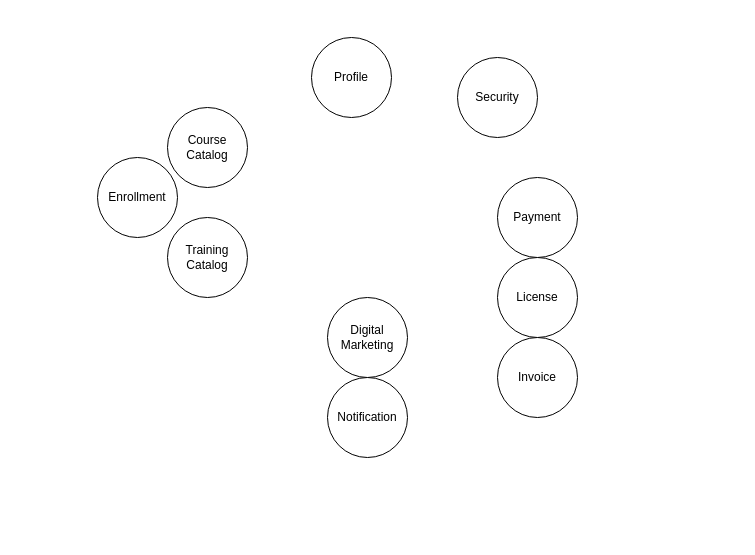
Earlier version of the draw.io diagram page "Strategic Model" (2 of 2) of BaganBari.drawio (NMTechie/BaganBari). Source tidied: cells renumbered, new cells numbered last; positions are measured from the earlier drawing's top-left corner, leaving out a move shared by most shapes. Both pictures are drawn from the tidied source at 100%, with x=0, y=0 at pixel (97, 37).
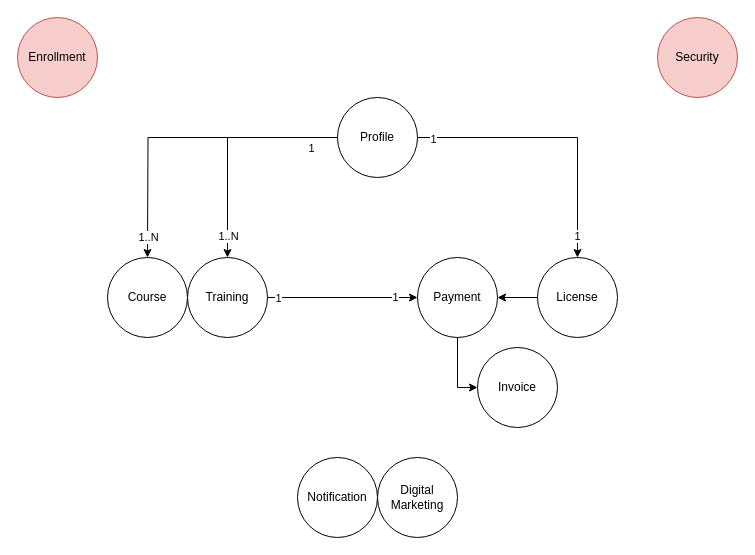
Above is the later version.

Commit message:
[Saugata|Nilesh] - Context Mapping Started

The edit, as a diff of the source:
```diff
@@
-    <mxCell id="2" value="Course Catalog" style="ellipse;whiteSpace=wrap;html=1;" parent="1" vertex="1">
-      <mxGeometry x="70" y="70" width="80" height="80" as="geometry" />
+    <mxCell id="2" value="Course" style="ellipse;whiteSpace=wrap;html=1;" parent="1" vertex="1">
+      <mxGeometry x="10" y="220" width="80" height="80" as="geometry" />
     </mxCell>
+    <mxCell id="12" style="edgeStyle=orthogonalEdgeStyle;rounded=0;jettySize=auto;html=1;entryX=0;entryY=0.5;entryDx=0;entryDy=0;" parent="1" edge="1" source="3" target="4">
+      <mxGeometry relative="1" as="geometry" />
+    </mxCell>
+    <mxCell id="13" value="1" style="edgeLabel;html=1;align=center;verticalAlign=middle;" parent="12" vertex="1">
+      <mxGeometry x="-0.75" y="-1" relative="1" as="geometry">
+        <mxPoint x="-9" y="-1" as="offset" />
+      </mxGeometry>
+    </mxCell>
+    <mxCell id="14" value="1" style="edgeLabel;html=1;align=center;verticalAlign=middle;" parent="12" vertex="1">
+      <mxGeometry x="0.69" y="1" relative="1" as="geometry" />
+    </mxCell>
-    <mxCell id="3" value="Training Catalog" style="ellipse;whiteSpace=wrap;html=1;" parent="1" vertex="1">
-      <mxGeometry x="70" y="180" width="80" height="80" as="geometry" />
+    <mxCell id="3" value="Training" style="ellipse;whiteSpace=wrap;html=1;" parent="1" vertex="1">
+      <mxGeometry x="90" y="220" width="80" height="80" as="geometry" />
     </mxCell>
+    <mxCell id="15" style="edgeStyle=orthogonalEdgeStyle;rounded=0;jettySize=auto;html=1;entryX=0;entryY=0.5;entryDx=0;entryDy=0;" parent="1" edge="1" source="4" target="6">
+      <mxGeometry relative="1" as="geometry" />
+    </mxCell>
     <mxCell id="4" value="Payment" style="ellipse;whiteSpace=wrap;html=1;" parent="1" vertex="1">
-      <mxGeometry x="400" y="140" width="80" height="80" as="geometry" />
+      <mxGeometry x="320" y="220" width="80" height="80" as="geometry" />
     </mxCell>
+    <mxCell id="16" style="edgeStyle=orthogonalEdgeStyle;rounded=0;jettySize=auto;html=1;entryX=1;entryY=0.5;entryDx=0;entryDy=0;" parent="1" edge="1" source="5" target="4">
+      <mxGeometry relative="1" as="geometry" />
+    </mxCell>
     <mxCell id="5" value="License" style="ellipse;whiteSpace=wrap;html=1;" parent="1" vertex="1">
-      <mxGeometry x="400" y="220" width="80" height="80" as="geometry" />
+      <mxGeometry x="440" y="220" width="80" height="80" as="geometry" />
     </mxCell>
     <mxCell id="6" value="Invoice" style="ellipse;whiteSpace=wrap;html=1;" parent="1" vertex="1">
-      <mxGeometry x="400" y="300" width="80" height="80" as="geometry" />
+      <mxGeometry x="380" y="310" width="80" height="80" as="geometry" />
     </mxCell>
     <mxCell id="7" value="Digital Marketing" style="ellipse;whiteSpace=wrap;html=1;" parent="1" vertex="1">
-      <mxGeometry x="230" y="260" width="80" height="80" as="geometry" />
+      <mxGeometry x="280" y="420" width="80" height="80" as="geometry" />
     </mxCell>
     <mxCell id="8" value="Notification" style="ellipse;whiteSpace=wrap;html=1;" parent="1" vertex="1">
-      <mxGeometry x="230" y="340" width="80" height="80" as="geometry" />
+      <mxGeometry x="200" y="420" width="80" height="80" as="geometry" />
     </mxCell>
-    <mxCell id="9" value="Security" style="ellipse;whiteSpace=wrap;html=1;" parent="1" vertex="1">
-      <mxGeometry x="360" y="20" width="80" height="80" as="geometry" />
+    <mxCell id="9" value="Security" style="ellipse;whiteSpace=wrap;html=1;fillColor=#f8cecc;strokeColor=#b85450;" parent="1" vertex="1">
+      <mxGeometry x="560" y="-20" width="80" height="80" as="geometry" />
     </mxCell>
+    <mxCell id="17" style="edgeStyle=orthogonalEdgeStyle;rounded=0;jettySize=auto;html=1;" parent="1" edge="1" source="10">
+      <mxGeometry relative="1" as="geometry">
+        <mxPoint x="50" y="220" as="targetPoint" />
+      </mxGeometry>
+    </mxCell>
+    <mxCell id="18" value="1" style="edgeLabel;html=1;align=center;verticalAlign=middle;" parent="17" vertex="1">
+      <mxGeometry x="-0.51" y="7" relative="1" as="geometry">
+        <mxPoint x="49" y="3" as="offset" />
+      </mxGeometry>
+    </mxCell>
+    <mxCell id="19" value="1..N" style="edgeLabel;html=1;align=center;verticalAlign=middle;" parent="17" vertex="1">
+      <mxGeometry x="0.79" y="2" relative="1" as="geometry">
+        <mxPoint x="-2" y="12" as="offset" />
+      </mxGeometry>
+    </mxCell>
+    <mxCell id="20" style="edgeStyle=orthogonalEdgeStyle;rounded=0;jettySize=auto;html=1;" parent="1" edge="1" source="10" target="3">
+      <mxGeometry relative="1" as="geometry" />
+    </mxCell>
+    <mxCell id="21" value="1..N" style="edgeLabel;html=1;align=center;verticalAlign=middle;" parent="20" vertex="1">
+      <mxGeometry x="0.81" y="-3" relative="1" as="geometry">
+        <mxPoint x="3" as="offset" />
+      </mxGeometry>
+    </mxCell>
+    <mxCell id="22" style="edgeStyle=orthogonalEdgeStyle;rounded=0;jettySize=auto;html=1;" parent="1" edge="1" source="10" target="5">
+      <mxGeometry relative="1" as="geometry" />
+    </mxCell>
+    <mxCell id="23" value="1" style="edgeLabel;html=1;align=center;verticalAlign=middle;" parent="22" vertex="1">
+      <mxGeometry x="-0.89" y="-1" relative="1" as="geometry" />
+    </mxCell>
+    <mxCell id="24" value="1" style="edgeLabel;html=1;align=center;verticalAlign=middle;" parent="22" vertex="1">
+      <mxGeometry x="0.84" y="-1" relative="1" as="geometry" />
+    </mxCell>
     <mxCell id="10" value="Profile" style="ellipse;whiteSpace=wrap;html=1;" parent="1" vertex="1">
-      <mxGeometry x="214" width="80" height="80" as="geometry" />
+      <mxGeometry x="240" y="60" width="80" height="80" as="geometry" />
     </mxCell>
-    <mxCell id="11" value="Enrollment" style="ellipse;whiteSpace=wrap;html=1;" parent="1" vertex="1">
-      <mxGeometry y="120" width="80" height="80" as="geometry" />
+    <mxCell id="11" value="Enrollment" style="ellipse;whiteSpace=wrap;html=1;fillColor=#f8cecc;strokeColor=#b85450;" parent="1" vertex="1">
+      <mxGeometry x="-80" y="-20" width="80" height="80" as="geometry" />
     </mxCell>
```
